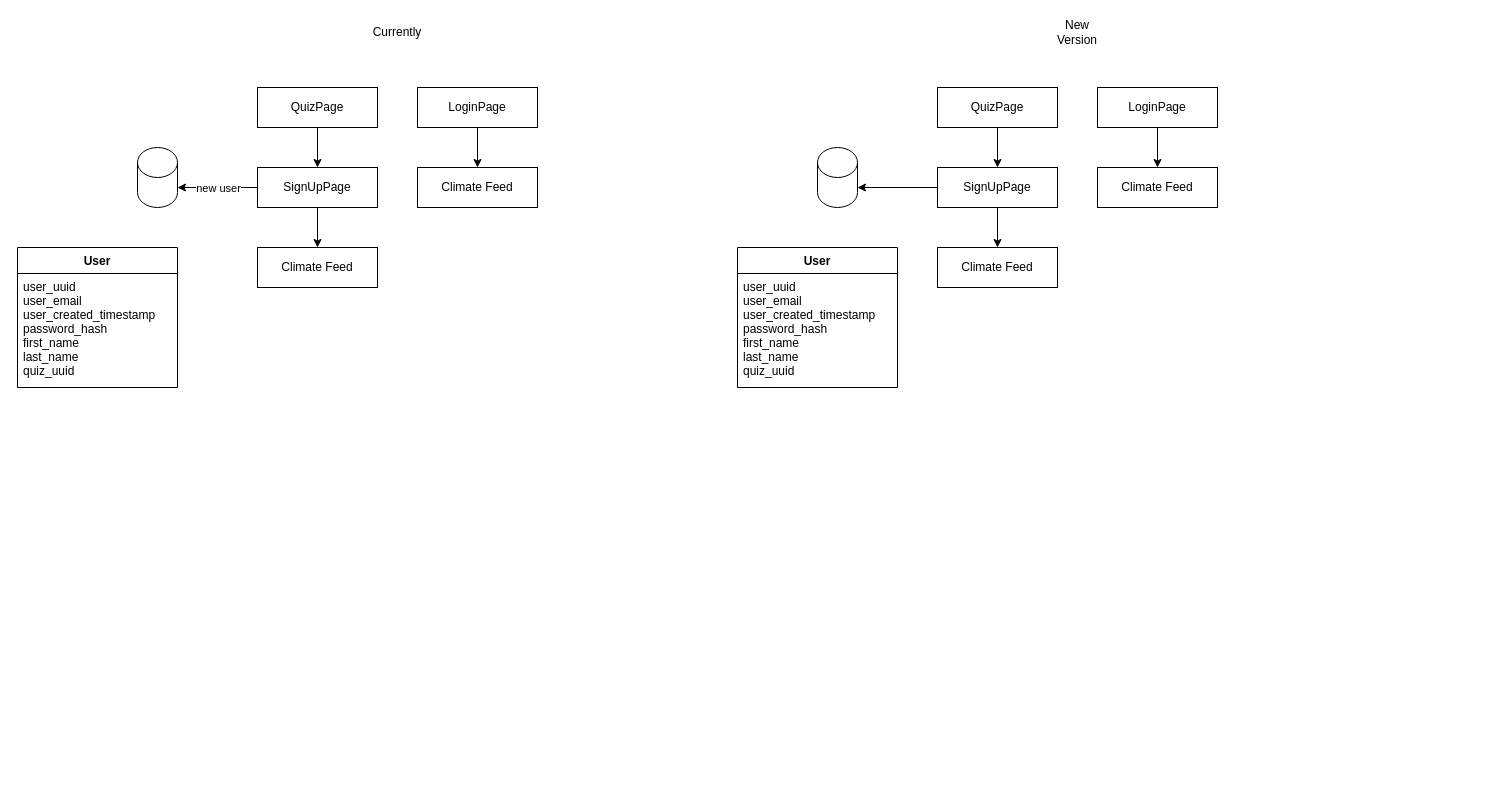
Earlier version of the draw.io diagram page "Page-1" (1 of 2) of docs/google-auth.drawio (ClimateMind/climatemind-frontend). Source tidied: cells renumbered, new cells numbered last; positions are measured from the earlier drawing's top-left corner, leaving out a move shared by most shapes. Both pictures are drawn from the tidied source at 100%, with x=0, y=0 at pixel (17, 17).
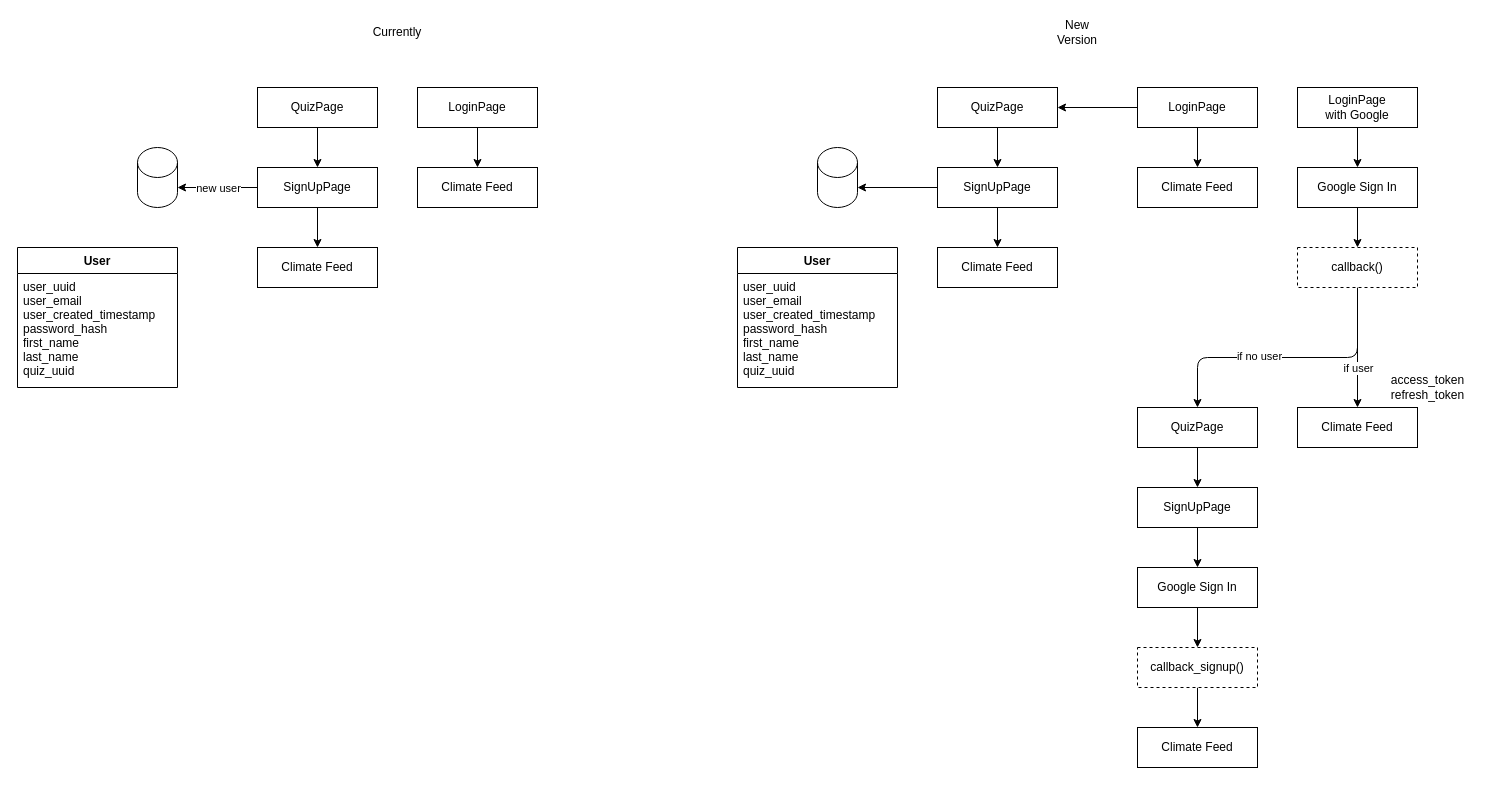
The same page after the edit.

Commit message:
commiting working code

The change refers to these unchanged cells:
```xml
<mxCell id="14" value="QuizPage" style="rounded=0;whiteSpace=wrap;html=1;" parent="1" vertex="1">
  <mxGeometry x="920" y="70" width="120" height="40" as="geometry" />
</mxCell>
```

The edit, as a diff of the source:
```diff
@@
+    <mxCell id="29" style="edgeStyle=none;html=1;entryX=1;entryY=0.5;entryDx=0;entryDy=0;" parent="1" edge="1" source="12" target="14">
+      <mxGeometry relative="1" as="geometry" />
+    </mxCell>
     <mxCell id="12" value="LoginPage" style="rounded=0;whiteSpace=wrap;html=1;" parent="1" vertex="1">
-      <mxGeometry x="1080" y="70" width="120" height="40" as="geometry" />
+      <mxGeometry x="1120" y="70" width="120" height="40" as="geometry" />
     </mxCell>
@@
     <mxCell id="28" value="Climate Feed" style="rounded=0;whiteSpace=wrap;html=1;" parent="1" vertex="1">
-      <mxGeometry x="1080" y="150" width="120" height="40" as="geometry" />
+      <mxGeometry x="1120" y="150" width="120" height="40" as="geometry" />
     </mxCell>
+    <mxCell id="30" style="edgeStyle=none;html=1;entryX=0.5;entryY=0;entryDx=0;entryDy=0;" parent="1" edge="1" source="31" target="34">
+      <mxGeometry relative="1" as="geometry" />
+    </mxCell>
+    <mxCell id="31" value="LoginPage&lt;br&gt;with Google" style="rounded=0;whiteSpace=wrap;html=1;" parent="1" vertex="1">
+      <mxGeometry x="1280" y="70" width="120" height="40" as="geometry" />
+    </mxCell>
+    <mxCell id="32" value="Climate Feed" style="rounded=0;whiteSpace=wrap;html=1;" parent="1" vertex="1">
+      <mxGeometry x="1280" y="390" width="120" height="40" as="geometry" />
+    </mxCell>
+    <mxCell id="33" style="edgeStyle=orthogonalEdgeStyle;html=1;entryX=0.5;entryY=0;entryDx=0;entryDy=0;" parent="1" edge="1" source="34" target="40">
+      <mxGeometry relative="1" as="geometry" />
+    </mxCell>
+    <mxCell id="34" value="Google Sign In" style="rounded=0;whiteSpace=wrap;html=1;" parent="1" vertex="1">
+      <mxGeometry x="1280" y="150" width="120" height="40" as="geometry" />
+    </mxCell>
+    <mxCell id="35" value="access_token&lt;br&gt;refresh_token" style="text;html=1;align=center;verticalAlign=middle;strokeColor=none;fillColor=none;" parent="1" vertex="1">
+      <mxGeometry x="1360" y="350" width="100" height="40" as="geometry" />
+    </mxCell>
+    <mxCell id="36" style="edgeStyle=orthogonalEdgeStyle;html=1;entryX=0.5;entryY=0;entryDx=0;entryDy=0;" parent="1" edge="1" source="40" target="32">
+      <mxGeometry relative="1" as="geometry" />
+    </mxCell>
+    <mxCell id="37" value="if user" style="edgeLabel;html=1;align=center;verticalAlign=middle;" parent="36" vertex="1">
+      <mxGeometry x="0.33" relative="1" as="geometry" />
+    </mxCell>
+    <mxCell id="38" style="edgeStyle=orthogonalEdgeStyle;html=1;" parent="1" edge="1" source="40" target="42">
+      <mxGeometry relative="1" as="geometry">
+        <Array as="points">
+          <mxPoint x="1340" y="340" />
+          <mxPoint x="1180" y="340" />
+        </Array>
+      </mxGeometry>
+    </mxCell>
+    <mxCell id="39" value="if no user" style="edgeLabel;html=1;align=center;verticalAlign=middle;" parent="38" vertex="1">
+      <mxGeometry x="0.21" y="-2" relative="1" as="geometry" />
+    </mxCell>
+    <mxCell id="40" value="callback()" style="rounded=0;whiteSpace=wrap;html=1;dashed=1;" parent="1" vertex="1">
+      <mxGeometry x="1280" y="230" width="120" height="40" as="geometry" />
+    </mxCell>
+    <mxCell id="41" style="edgeStyle=orthogonalEdgeStyle;html=1;entryX=0.5;entryY=0;entryDx=0;entryDy=0;" parent="1" edge="1" source="42" target="44">
+      <mxGeometry relative="1" as="geometry" />
+    </mxCell>
+    <mxCell id="42" value="QuizPage" style="rounded=0;whiteSpace=wrap;html=1;" parent="1" vertex="1">
+      <mxGeometry x="1120" y="390" width="120" height="40" as="geometry" />
+    </mxCell>
+    <mxCell id="43" style="edgeStyle=orthogonalEdgeStyle;html=1;entryX=0.5;entryY=0;entryDx=0;entryDy=0;" parent="1" edge="1" source="44" target="46">
+      <mxGeometry relative="1" as="geometry" />
+    </mxCell>
+    <mxCell id="44" value="SignUpPage" style="rounded=0;whiteSpace=wrap;html=1;" parent="1" vertex="1">
+      <mxGeometry x="1120" y="470" width="120" height="40" as="geometry" />
+    </mxCell>
+    <mxCell id="45" style="edgeStyle=orthogonalEdgeStyle;html=1;entryX=0.5;entryY=0;entryDx=0;entryDy=0;" parent="1" edge="1" source="46" target="48">
+      <mxGeometry relative="1" as="geometry" />
+    </mxCell>
+    <mxCell id="46" value="Google Sign In" style="rounded=0;whiteSpace=wrap;html=1;" parent="1" vertex="1">
+      <mxGeometry x="1120" y="550" width="120" height="40" as="geometry" />
+    </mxCell>
+    <mxCell id="47" style="edgeStyle=orthogonalEdgeStyle;html=1;" parent="1" edge="1" source="48" target="49">
+      <mxGeometry relative="1" as="geometry" />
+    </mxCell>
+    <mxCell id="48" value="callback_signup()" style="rounded=0;whiteSpace=wrap;html=1;dashed=1;" parent="1" vertex="1">
+      <mxGeometry x="1120" y="630" width="120" height="40" as="geometry" />
+    </mxCell>
+    <mxCell id="49" value="Climate Feed" style="rounded=0;whiteSpace=wrap;html=1;" parent="1" vertex="1">
+      <mxGeometry x="1120" y="710" width="120" height="40" as="geometry" />
+    </mxCell>
```
